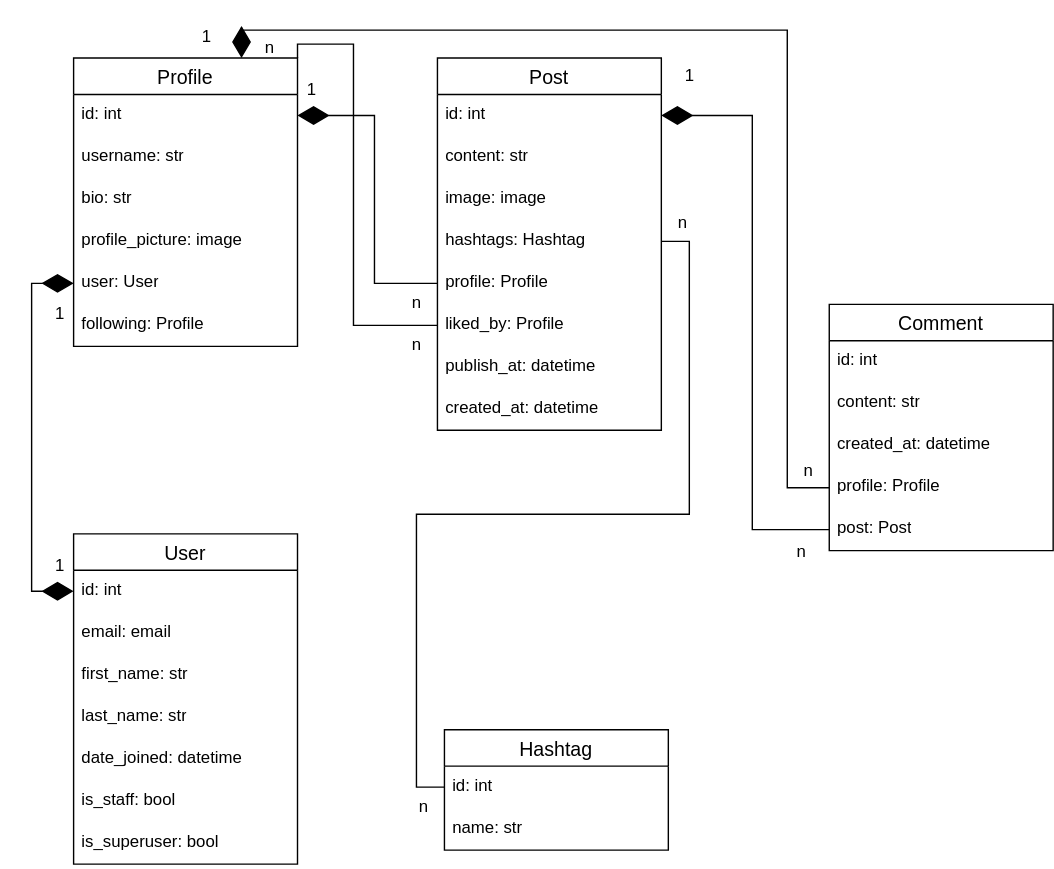
Neyrony/social_media_api keeps this draw.io diagram as model.svg. Above is the earlier version. Source tidied: cells renumbered, new cells last; positions are measured from the earlier drawing's top-left corner, leaving out a move shared by most shapes.
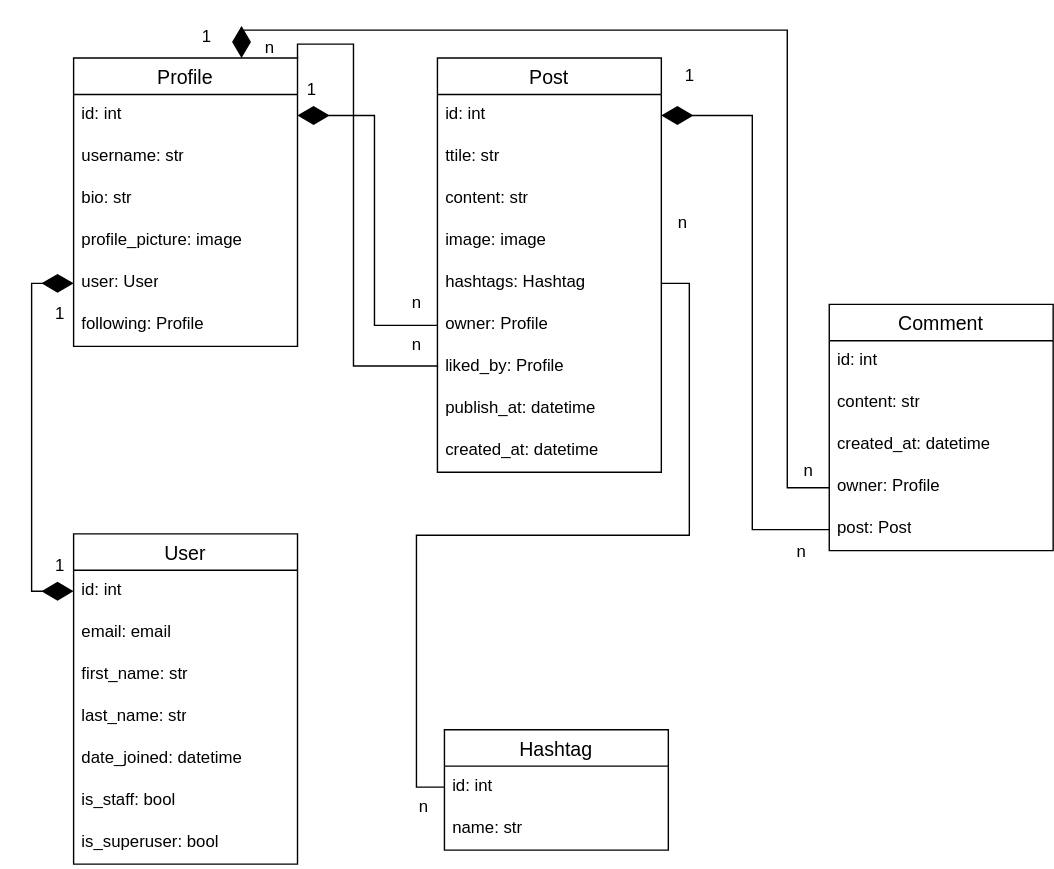
Above is the later version.

The edit, as a diff of the source:
```diff
@@ -48,31 +48,34 @@
       <mxGeometry y="206" width="160" height="30" as="geometry" />
     </mxCell>
     <mxCell id="17" value="Post" style="swimlane;fontStyle=0;horizontal=1;startSize=26;align=center;fontSize=14;" parent="1" vertex="1">
-      <mxGeometry x="285" y="30" width="160" height="266" as="geometry" />
+      <mxGeometry x="285" y="30" width="160" height="296" as="geometry" />
     </mxCell>
     <mxCell id="18" value="id: int" style="text;strokeColor=none;fillColor=none;spacingLeft=4;spacingRight=4;overflow=hidden;points=[[0,0.5],[1,0.5]];portConstraint=eastwest;fontSize=12;whiteSpace=wrap;html=1;" parent="17" vertex="1">
       <mxGeometry y="26" width="160" height="30" as="geometry" />
     </mxCell>
+    <mxCell id="53" value="ttile: str" style="text;strokeColor=none;fillColor=none;spacingLeft=4;spacingRight=4;overflow=hidden;fontSize=12;whiteSpace=wrap;html=1;" parent="17" vertex="1">
+      <mxGeometry y="56" width="160" height="30" as="geometry" />
+    </mxCell>
     <mxCell id="19" value="content: str" style="text;strokeColor=none;fillColor=none;spacingLeft=4;spacingRight=4;overflow=hidden;fontSize=12;whiteSpace=wrap;html=1;" parent="17" vertex="1">
-      <mxGeometry y="56" width="160" height="30" as="geometry" />
+      <mxGeometry y="86" width="160" height="30" as="geometry" />
     </mxCell>
     <mxCell id="20" value="image: image" style="text;strokeColor=none;fillColor=none;spacingLeft=4;spacingRight=4;overflow=hidden;fontSize=12;whiteSpace=wrap;html=1;" parent="17" vertex="1">
-      <mxGeometry y="86" width="160" height="30" as="geometry" />
+      <mxGeometry y="116" width="160" height="30" as="geometry" />
     </mxCell>
     <mxCell id="21" value="hashtags: Hashtag" style="text;strokeColor=none;fillColor=none;spacingLeft=4;spacingRight=4;overflow=hidden;points=[[0,0.5],[1,0.5]];portConstraint=eastwest;fontSize=12;whiteSpace=wrap;html=1;" parent="17" vertex="1">
-      <mxGeometry y="116" width="160" height="30" as="geometry" />
+      <mxGeometry y="146" width="160" height="30" as="geometry" />
     </mxCell>
-    <mxCell id="22" value="profile: Profile" style="text;strokeColor=none;fillColor=none;spacingLeft=4;spacingRight=4;overflow=hidden;points=[[0,0.5],[1,0.5]];portConstraint=eastwest;fontSize=12;whiteSpace=wrap;html=1;" parent="17" vertex="1">
-      <mxGeometry y="146" width="160" height="30" as="geometry" />
+    <mxCell id="22" value="owner: Profile" style="text;strokeColor=none;fillColor=none;spacingLeft=4;spacingRight=4;overflow=hidden;points=[[0,0.5],[1,0.5]];portConstraint=eastwest;fontSize=12;whiteSpace=wrap;html=1;" parent="17" vertex="1">
+      <mxGeometry y="176" width="160" height="30" as="geometry" />
     </mxCell>
     <mxCell id="23" value="liked_by: Profile" style="text;strokeColor=none;fillColor=none;spacingLeft=4;spacingRight=4;overflow=hidden;points=[[0,0.5],[1,0.5]];portConstraint=eastwest;fontSize=12;whiteSpace=wrap;html=1;" parent="17" vertex="1">
-      <mxGeometry y="176" width="160" height="30" as="geometry" />
+      <mxGeometry y="206" width="160" height="30" as="geometry" />
     </mxCell>
     <mxCell id="24" value="publish_at: datetime" style="text;strokeColor=none;fillColor=none;spacingLeft=4;spacingRight=4;overflow=hidden;fontSize=12;whiteSpace=wrap;html=1;" parent="17" vertex="1">
-      <mxGeometry y="206" width="160" height="30" as="geometry" />
+      <mxGeometry y="236" width="160" height="30" as="geometry" />
     </mxCell>
     <mxCell id="25" value="created_at: datetime" style="text;strokeColor=none;fillColor=none;spacingLeft=4;spacingRight=4;overflow=hidden;fontSize=12;whiteSpace=wrap;html=1;" parent="17" vertex="1">
-      <mxGeometry y="236" width="160" height="30" as="geometry" />
+      <mxGeometry y="266" width="160" height="30" as="geometry" />
     </mxCell>
     <mxCell id="26" value="Hashtag" style="swimlane;fontStyle=0;horizontal=1;startSize=26;align=center;fontSize=14;" parent="1" vertex="1">
       <mxGeometry x="290" y="510" width="160" height="86" as="geometry" />
@@ -95,7 +98,7 @@
     <mxCell id="32" value="created_at: datetime" style="text;strokeColor=none;fillColor=none;spacingLeft=4;spacingRight=4;overflow=hidden;fontSize=12;whiteSpace=wrap;html=1;" parent="29" vertex="1">
       <mxGeometry y="86" width="160" height="30" as="geometry" />
     </mxCell>
-    <mxCell id="33" value="profile: Profile" style="text;strokeColor=none;fillColor=none;spacingLeft=4;spacingRight=4;overflow=hidden;points=[[0,0.5],[1,0.5]];portConstraint=eastwest;fontSize=12;whiteSpace=wrap;html=1;" parent="29" vertex="1">
+    <mxCell id="33" value="owner: Profile" style="text;strokeColor=none;fillColor=none;spacingLeft=4;spacingRight=4;overflow=hidden;points=[[0,0.5],[1,0.5]];portConstraint=eastwest;fontSize=12;whiteSpace=wrap;html=1;" parent="29" vertex="1">
       <mxGeometry y="116" width="160" height="30" as="geometry" />
     </mxCell>
     <mxCell id="34" value="post: Post" style="text;strokeColor=none;fillColor=none;spacingLeft=4;spacingRight=4;overflow=hidden;points=[[0,0.5],[1,0.5]];portConstraint=eastwest;fontSize=12;whiteSpace=wrap;html=1;" parent="29" vertex="1">
@@ -140,7 +143,8 @@
     <mxCell id="47" style="edgeStyle=orthogonalEdgeStyle;rounded=0;jettySize=auto;html=1;exitX=0;exitY=0.5;exitDx=0;exitDy=0;entryX=1;entryY=0;entryDx=0;entryDy=0;endArrow=none;endFill=0;" parent="1" edge="1" source="23" target="2">
       <mxGeometry relative="1" as="geometry">
         <Array as="points">
-          <mxPoint x="225" y="221" />
+          <mxPoint x="285" y="250" />
+          <mxPoint x="225" y="250" />
           <mxPoint x="225" y="20" />
           <mxPoint x="185" y="20" />
         </Array>
```
